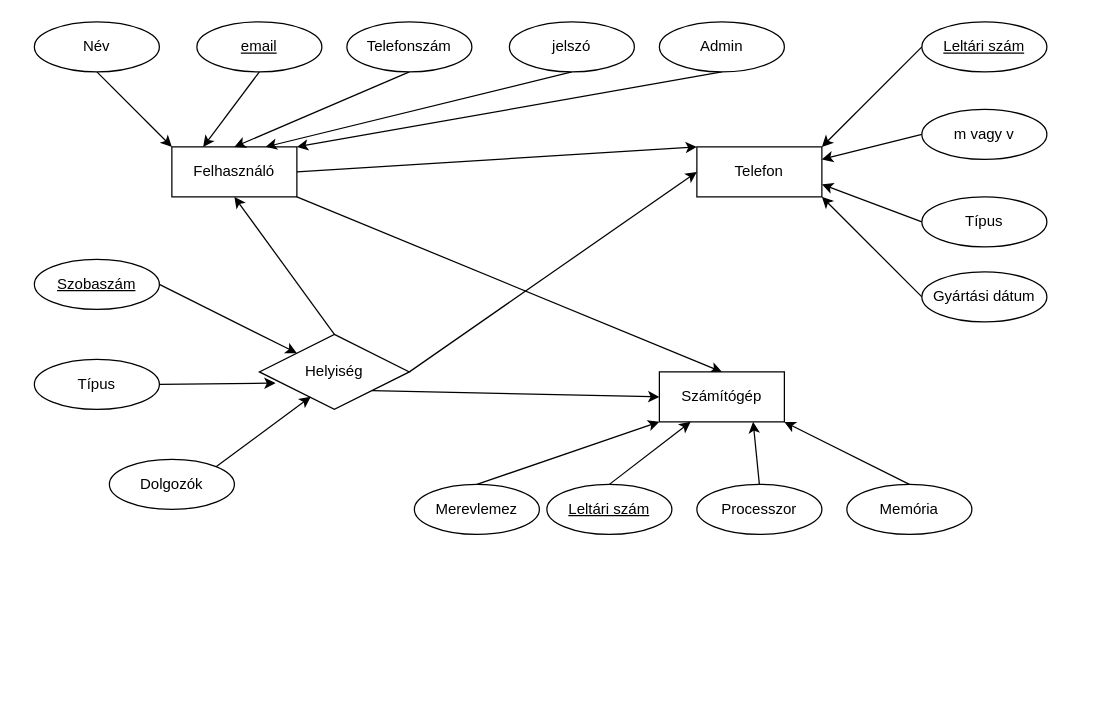
Troversones/adatbProjekt keeps this draw.io diagram as Munkahely.drawio. Above is the earlier version. Source tidied: cells renumbered, new cells numbered last; positions are measured from the earlier drawing's top-left corner, leaving out a move shared by most shapes. Both pictures are drawn from the tidied source at 125%, with x=0, y=0 at pixel (34, 21).
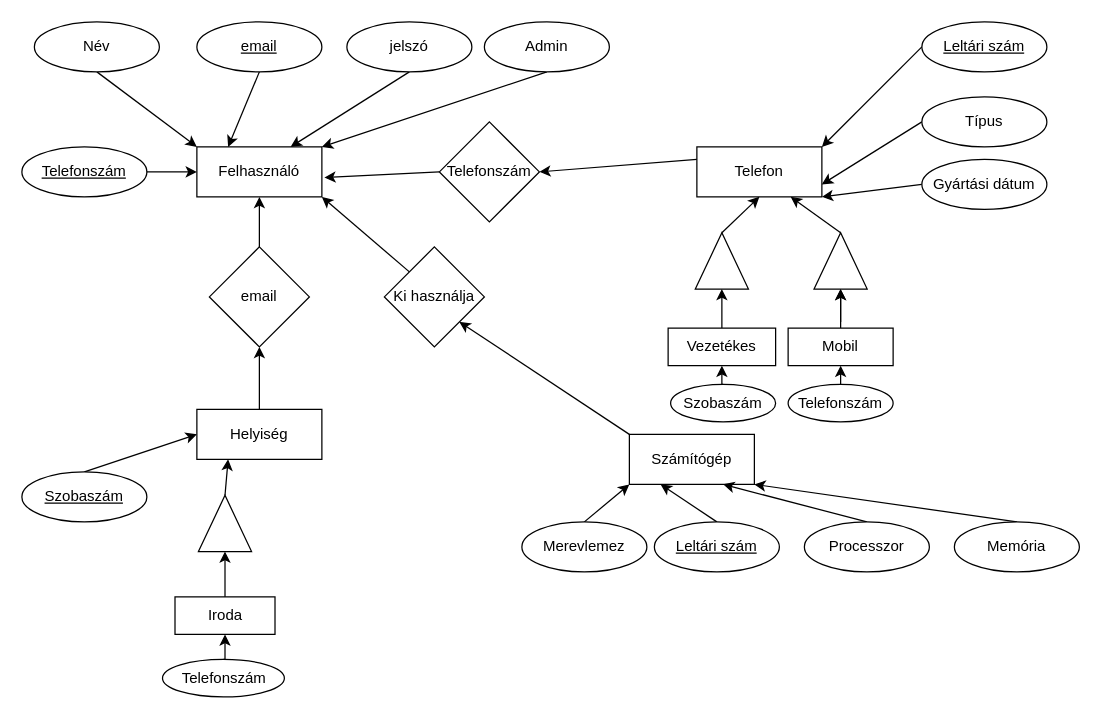
Above is the later version.

The change refers to these unchanged cells:
```xml
<mxCell id="6" value="Telefon" style="whiteSpace=wrap;html=1;align=center;" parent="1" vertex="1">
  <mxGeometry x="530" y="100" width="100" height="40" as="geometry" />
</mxCell>
```

What changed in the source:
```diff
@@
-    <mxCell id="2" style="rounded=0;jettySize=auto;html=1;exitX=1;exitY=0.5;exitDx=0;exitDy=0;entryX=0;entryY=0;entryDx=0;entryDy=0;" parent="1" edge="1" source="4" target="6">
-      <mxGeometry relative="1" as="geometry" />
-    </mxCell>
-    <mxCell id="3" style="rounded=0;jettySize=auto;html=1;exitX=1;exitY=1;exitDx=0;exitDy=0;entryX=0.5;entryY=0;entryDx=0;entryDy=0;" parent="1" edge="1" source="4" target="5">
-      <mxGeometry relative="1" as="geometry" />
-    </mxCell>
     <mxCell id="4" value="Felhasználó" style="whiteSpace=wrap;html=1;align=center;" parent="1" vertex="1">
-      <mxGeometry x="110" y="100" width="100" height="40" as="geometry" />
+      <mxGeometry x="130" y="100" width="100" height="40" as="geometry" />
     </mxCell>
+    <mxCell id="43" style="rounded=0;jettySize=auto;html=1;exitX=0;exitY=0;exitDx=0;exitDy=0;entryX=1;entryY=1;entryDx=0;entryDy=0;" parent="1" edge="1" source="5" target="53">
+      <mxGeometry relative="1" as="geometry" />
+    </mxCell>
     <mxCell id="5" value="Számítógép" style="whiteSpace=wrap;html=1;align=center;" parent="1" vertex="1">
-      <mxGeometry x="500" y="280" width="100" height="40" as="geometry" />
+      <mxGeometry x="476" y="330" width="100" height="40" as="geometry" />
     </mxCell>
+    <mxCell id="44" style="rounded=0;jettySize=auto;html=1;exitX=0;exitY=0.25;exitDx=0;exitDy=0;entryX=1;entryY=0.5;entryDx=0;entryDy=0;" parent="1" edge="1" source="6" target="50">
+      <mxGeometry relative="1" as="geometry" />
+    </mxCell>
@@
-    <mxCell id="7" style="rounded=0;jettySize=auto;html=1;exitX=1;exitY=0.5;exitDx=0;exitDy=0;entryX=0;entryY=0.5;entryDx=0;entryDy=0;" parent="1" edge="1" source="10" target="6">
-      <mxGeometry relative="1" as="geometry" />
-    </mxCell>
-    <mxCell id="8" style="rounded=0;jettySize=auto;html=1;exitX=0.5;exitY=0;exitDx=0;exitDy=0;entryX=0.5;entryY=1;entryDx=0;entryDy=0;" parent="1" edge="1" source="10" target="4">
-      <mxGeometry relative="1" as="geometry" />
-    </mxCell>
-    <mxCell id="9" style="rounded=0;jettySize=auto;html=1;exitX=1;exitY=1;exitDx=0;exitDy=0;entryX=0;entryY=0.5;entryDx=0;entryDy=0;" parent="1" edge="1" source="10" target="5">
-      <mxGeometry relative="1" as="geometry" />
-    </mxCell>
-    <mxCell id="10" value="Helyiség" style="shape=rhombus;perimeter=rhombusPerimeter;whiteSpace=wrap;html=1;align=center;" parent="1" vertex="1">
-      <mxGeometry x="180" y="250" width="120" height="60" as="geometry" />
-    </mxCell>
@@
-    <mxCell id="15" style="rounded=0;jettySize=auto;html=1;exitX=0.5;exitY=1;exitDx=0;exitDy=0;entryX=0.5;entryY=0;entryDx=0;entryDy=0;" parent="1" edge="1" source="16" target="4">
-      <mxGeometry relative="1" as="geometry" />
-    </mxCell>
-    <mxCell id="16" value="Telefonszám" style="ellipse;whiteSpace=wrap;html=1;align=center;" parent="1" vertex="1">
-      <mxGeometry x="250" width="100" height="40" as="geometry" />
-    </mxCell>
@@
     <mxCell id="18" value="jelszó" style="ellipse;whiteSpace=wrap;html=1;align=center;" parent="1" vertex="1">
-      <mxGeometry x="380" width="100" height="40" as="geometry" />
+      <mxGeometry x="250" width="100" height="40" as="geometry" />
     </mxCell>
@@
     <mxCell id="20" value="Admin" style="ellipse;whiteSpace=wrap;html=1;align=center;" parent="1" vertex="1">
-      <mxGeometry x="500" width="100" height="40" as="geometry" />
+      <mxGeometry x="360" width="100" height="40" as="geometry" />
     </mxCell>
-    <mxCell id="21" style="rounded=0;jettySize=auto;html=1;exitX=1;exitY=0.5;exitDx=0;exitDy=0;entryX=0;entryY=0;entryDx=0;entryDy=0;" parent="1" edge="1" source="22" target="10">
-      <mxGeometry relative="1" as="geometry" />
-    </mxCell>
-    <mxCell id="22" value="&lt;u&gt;Szobaszám&lt;/u&gt;" style="ellipse;whiteSpace=wrap;html=1;align=center;" parent="1" vertex="1">
-      <mxGeometry y="190" width="100" height="40" as="geometry" />
-    </mxCell>
-    <mxCell id="23" value="Típus" style="ellipse;whiteSpace=wrap;html=1;align=center;" parent="1" vertex="1">
-      <mxGeometry y="270" width="100" height="40" as="geometry" />
-    </mxCell>
-    <mxCell id="24" value="Dolgozók" style="ellipse;whiteSpace=wrap;html=1;align=center;" parent="1" vertex="1">
-      <mxGeometry x="60" y="350" width="100" height="40" as="geometry" />
-    </mxCell>
-    <mxCell id="25" style="rounded=0;jettySize=auto;html=1;exitX=1;exitY=0.5;exitDx=0;exitDy=0;entryX=0.108;entryY=0.65;entryDx=0;entryDy=0;entryPerimeter=0;" parent="1" edge="1" source="23" target="10">
-      <mxGeometry relative="1" as="geometry" />
-    </mxCell>
-    <mxCell id="26" style="rounded=0;jettySize=auto;html=1;exitX=1;exitY=0;exitDx=0;exitDy=0;entryX=0.342;entryY=0.833;entryDx=0;entryDy=0;entryPerimeter=0;" parent="1" edge="1" source="24" target="10">
-      <mxGeometry relative="1" as="geometry" />
-    </mxCell>
@@
-    <mxCell id="29" style="rounded=0;jettySize=auto;html=1;exitX=0;exitY=0.5;exitDx=0;exitDy=0;entryX=1;entryY=0.25;entryDx=0;entryDy=0;" parent="1" edge="1" source="30" target="6">
-      <mxGeometry relative="1" as="geometry" />
+    <mxCell id="29" style="rounded=0;jettySize=auto;html=1;exitX=0.5;exitY=0;exitDx=0;exitDy=0;entryX=0;entryY=0.5;entryDx=0;entryDy=0;" parent="1" edge="1" target="46">
+      <mxGeometry relative="1" as="geometry">
+        <mxPoint x="645" y="240" as="sourcePoint" />
+      </mxGeometry>
     </mxCell>
-    <mxCell id="30" value="m vagy v" style="ellipse;whiteSpace=wrap;html=1;align=center;" parent="1" vertex="1">
-      <mxGeometry x="710" y="70" width="100" height="40" as="geometry" />
-    </mxCell>
@@
     <mxCell id="32" value="Típus" style="ellipse;whiteSpace=wrap;html=1;align=center;" parent="1" vertex="1">
-      <mxGeometry x="710" y="140" width="100" height="40" as="geometry" />
+      <mxGeometry x="710" y="60" width="100" height="40" as="geometry" />
     </mxCell>
@@
     <mxCell id="34" value="Gyártási dátum" style="ellipse;whiteSpace=wrap;html=1;align=center;" parent="1" vertex="1">
-      <mxGeometry x="710" y="200" width="100" height="40" as="geometry" />
+      <mxGeometry x="710" y="110" width="100" height="40" as="geometry" />
     </mxCell>
@@
     <mxCell id="36" value="&lt;u&gt;Leltári szám&lt;/u&gt;" style="ellipse;whiteSpace=wrap;html=1;align=center;" parent="1" vertex="1">
-      <mxGeometry x="410" y="370" width="100" height="40" as="geometry" />
+      <mxGeometry x="496" y="400" width="100" height="40" as="geometry" />
     </mxCell>
@@
     <mxCell id="38" value="Processzor" style="ellipse;whiteSpace=wrap;html=1;align=center;" parent="1" vertex="1">
-      <mxGeometry x="530" y="370" width="100" height="40" as="geometry" />
+      <mxGeometry x="616" y="400" width="100" height="40" as="geometry" />
     </mxCell>
@@
     <mxCell id="40" value="Memória" style="ellipse;whiteSpace=wrap;html=1;align=center;" parent="1" vertex="1">
-      <mxGeometry x="650" y="370" width="100" height="40" as="geometry" />
+      <mxGeometry x="736" y="400" width="100" height="40" as="geometry" />
     </mxCell>
@@
     <mxCell id="42" value="Merevlemez" style="ellipse;whiteSpace=wrap;html=1;align=center;" parent="1" vertex="1">
-      <mxGeometry x="304" y="370" width="100" height="40" as="geometry" />
+      <mxGeometry x="390" y="400" width="100" height="40" as="geometry" />
     </mxCell>
+    <mxCell id="45" style="rounded=0;jettySize=auto;html=1;exitX=1;exitY=0.5;exitDx=0;exitDy=0;entryX=0.75;entryY=1;entryDx=0;entryDy=0;" parent="1" edge="1" source="46" target="6">
+      <mxGeometry relative="1" as="geometry" />
+    </mxCell>
+    <mxCell id="46" style="triangle;whiteSpace=wrap;html=1;rotation=-90;" parent="1" vertex="1">
+      <mxGeometry x="622.5" y="170" width="45" height="42.5" as="geometry" />
+    </mxCell>
+    <mxCell id="47" style="rounded=0;jettySize=auto;html=1;exitX=1;exitY=0.5;exitDx=0;exitDy=0;entryX=0.5;entryY=1;entryDx=0;entryDy=0;" parent="1" edge="1" source="48" target="6">
+      <mxGeometry relative="1" as="geometry" />
+    </mxCell>
+    <mxCell id="48" style="triangle;whiteSpace=wrap;html=1;rotation=-90;" parent="1" vertex="1">
+      <mxGeometry x="527.5" y="170" width="45" height="42.5" as="geometry" />
+    </mxCell>
+    <mxCell id="49" style="rounded=0;jettySize=auto;html=1;exitX=0.5;exitY=0;exitDx=0;exitDy=0;entryX=0;entryY=0.5;entryDx=0;entryDy=0;" parent="1" edge="1" source="61" target="48">
+      <mxGeometry relative="1" as="geometry" />
+    </mxCell>
+    <mxCell id="50" value="Telefonszám" style="rhombus;whiteSpace=wrap;html=1;" parent="1" vertex="1">
+      <mxGeometry x="324" y="80" width="80" height="80" as="geometry" />
+    </mxCell>
+    <mxCell id="51" style="rounded=0;jettySize=auto;html=1;exitX=0;exitY=0.5;exitDx=0;exitDy=0;entryX=1.02;entryY=0.614;entryDx=0;entryDy=0;entryPerimeter=0;" parent="1" edge="1" source="50" target="4">
+      <mxGeometry relative="1" as="geometry" />
+    </mxCell>
+    <mxCell id="52" style="rounded=0;jettySize=auto;html=1;exitX=0;exitY=0;exitDx=0;exitDy=0;entryX=1;entryY=1;entryDx=0;entryDy=0;" parent="1" edge="1" source="53" target="4">
+      <mxGeometry relative="1" as="geometry" />
+    </mxCell>
+    <mxCell id="53" value="Ki használja" style="rhombus;whiteSpace=wrap;html=1;" parent="1" vertex="1">
+      <mxGeometry x="280" y="180" width="80" height="80" as="geometry" />
+    </mxCell>
+    <mxCell id="54" style="rounded=0;jettySize=auto;html=1;exitX=0.5;exitY=0;exitDx=0;exitDy=0;entryX=0;entryY=0.5;entryDx=0;entryDy=0;" parent="1" edge="1" source="55" target="10">
+      <mxGeometry relative="1" as="geometry" />
+    </mxCell>
+    <mxCell id="55" value="Szobaszám" style="ellipse;whiteSpace=wrap;html=1;align=center;fontStyle=4;" parent="1" vertex="1">
+      <mxGeometry x="-10" y="360" width="100" height="40" as="geometry" />
+    </mxCell>
+    <mxCell id="56" style="rounded=0;jettySize=auto;html=1;exitX=0.5;exitY=0;exitDx=0;exitDy=0;entryX=0.5;entryY=1;entryDx=0;entryDy=0;" parent="1" edge="1" source="57" target="4">
+      <mxGeometry relative="1" as="geometry" />
+    </mxCell>
+    <mxCell id="57" value="email" style="rhombus;whiteSpace=wrap;html=1;" parent="1" vertex="1">
+      <mxGeometry x="140" y="180" width="80" height="80" as="geometry" />
+    </mxCell>
+    <mxCell id="58" style="rounded=0;jettySize=auto;html=1;exitX=0.5;exitY=0;exitDx=0;exitDy=0;entryX=0.5;entryY=1;entryDx=0;entryDy=0;" parent="1" edge="1" source="10" target="57">
+      <mxGeometry relative="1" as="geometry" />
+    </mxCell>
+    <mxCell id="10" value="Helyiség" style="whiteSpace=wrap;html=1;align=center;" parent="1" vertex="1">
+      <mxGeometry x="130" y="310" width="100" height="40" as="geometry" />
+    </mxCell>
+    <mxCell id="59" style="edgeStyle=orthogonalEdgeStyle;rounded=0;jettySize=auto;html=1;exitX=0.5;exitY=0;exitDx=0;exitDy=0;" parent="1" edge="1" source="60" target="46">
+      <mxGeometry relative="1" as="geometry" />
+    </mxCell>
+    <mxCell id="60" value="Mobil" style="whiteSpace=wrap;html=1;align=center;" parent="1" vertex="1">
+      <mxGeometry x="603" y="245" width="84" height="30" as="geometry" />
+    </mxCell>
+    <mxCell id="61" value="Vezetékes" style="whiteSpace=wrap;html=1;align=center;" parent="1" vertex="1">
+      <mxGeometry x="507" y="245" width="86" height="30" as="geometry" />
+    </mxCell>
+    <mxCell id="62" style="edgeStyle=orthogonalEdgeStyle;rounded=0;jettySize=auto;html=1;exitX=0.5;exitY=0;exitDx=0;exitDy=0;entryX=0.5;entryY=1;entryDx=0;entryDy=0;" parent="1" edge="1" source="63" target="60">
+      <mxGeometry relative="1" as="geometry" />
+    </mxCell>
+    <mxCell id="63" value="Telefonszám" style="ellipse;whiteSpace=wrap;html=1;align=center;" parent="1" vertex="1">
+      <mxGeometry x="603" y="290" width="84" height="30" as="geometry" />
+    </mxCell>
+    <mxCell id="64" style="edgeStyle=orthogonalEdgeStyle;rounded=0;jettySize=auto;html=1;exitX=0.5;exitY=0;exitDx=0;exitDy=0;entryX=0.5;entryY=1;entryDx=0;entryDy=0;" parent="1" edge="1" source="65" target="61">
+      <mxGeometry relative="1" as="geometry" />
+    </mxCell>
+    <mxCell id="65" value="Szobaszám" style="ellipse;whiteSpace=wrap;html=1;align=center;" parent="1" vertex="1">
+      <mxGeometry x="509" y="290" width="84" height="30" as="geometry" />
+    </mxCell>
+    <mxCell id="66" style="rounded=0;jettySize=auto;html=1;exitX=1;exitY=0.5;exitDx=0;exitDy=0;entryX=0;entryY=0.5;entryDx=0;entryDy=0;" parent="1" edge="1" source="67" target="4">
+      <mxGeometry relative="1" as="geometry" />
+    </mxCell>
+    <mxCell id="67" value="&lt;u&gt;Telefonszám&lt;/u&gt;" style="ellipse;whiteSpace=wrap;html=1;align=center;" parent="1" vertex="1">
+      <mxGeometry x="-10" y="100" width="100" height="40" as="geometry" />
+    </mxCell>
+    <mxCell id="68" style="rounded=0;jettySize=auto;html=1;exitX=1;exitY=0.5;exitDx=0;exitDy=0;entryX=0.25;entryY=1;entryDx=0;entryDy=0;" parent="1" edge="1" source="69" target="10">
+      <mxGeometry relative="1" as="geometry" />
+    </mxCell>
+    <mxCell id="69" style="triangle;whiteSpace=wrap;html=1;rotation=-90;" parent="1" vertex="1">
+      <mxGeometry x="130" y="380" width="45" height="42.5" as="geometry" />
+    </mxCell>
+    <mxCell id="70" style="rounded=0;jettySize=auto;html=1;exitX=0.5;exitY=0;exitDx=0;exitDy=0;entryX=0;entryY=0.5;entryDx=0;entryDy=0;" parent="1" edge="1" source="71" target="69">
+      <mxGeometry relative="1" as="geometry" />
+    </mxCell>
+    <mxCell id="71" value="Iroda" style="whiteSpace=wrap;html=1;align=center;" parent="1" vertex="1">
+      <mxGeometry x="112.5" y="460" width="80" height="30" as="geometry" />
+    </mxCell>
+    <mxCell id="72" style="edgeStyle=orthogonalEdgeStyle;rounded=0;jettySize=auto;html=1;exitX=0.5;exitY=0;exitDx=0;exitDy=0;entryX=0.5;entryY=1;entryDx=0;entryDy=0;" parent="1" edge="1" source="73" target="71">
+      <mxGeometry relative="1" as="geometry" />
+    </mxCell>
+    <mxCell id="73" value="Telefonszám" style="ellipse;whiteSpace=wrap;html=1;align=center;" parent="1" vertex="1">
+      <mxGeometry x="102.5" y="510" width="97.5" height="30" as="geometry" />
+    </mxCell>
```
